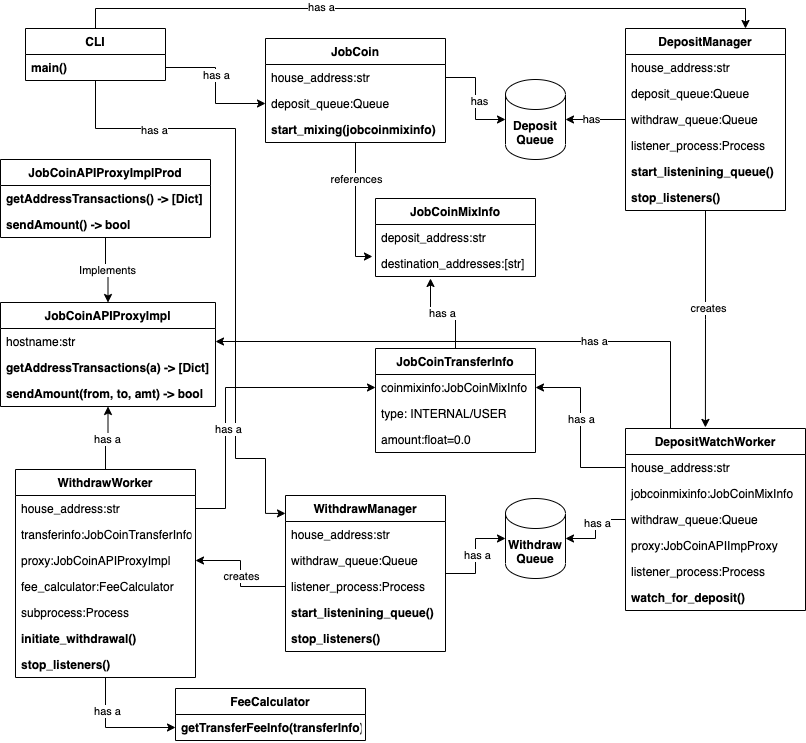
Above: jobcoin.png in judopro/jobcoin-myesildal (draw.io), before the change. Source tidied: cells renumbered, new cells last; positions are measured from the earlier drawing's top-left corner, leaving out a move shared by most shapes.
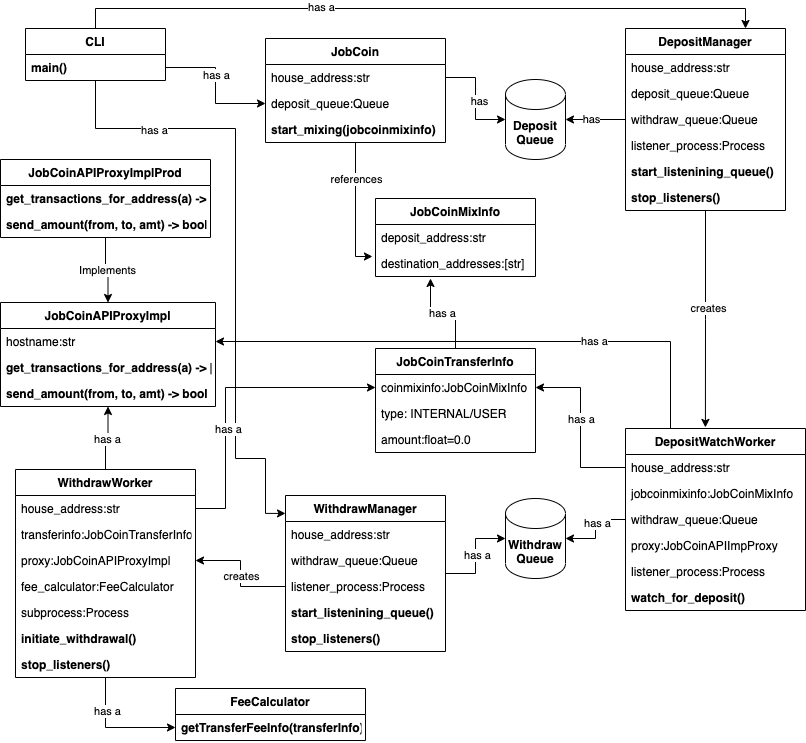
After the change.

What changed in the source:
```diff
@@ -221,10 +221,10 @@
     <mxCell id="70" value="hostname:str" style="text;strokeColor=none;fillColor=none;align=left;verticalAlign=top;spacingLeft=4;spacingRight=4;overflow=hidden;points=[[0,0.5],[1,0.5]];portConstraint=eastwest;" parent="69" vertex="1">
       <mxGeometry y="26" width="215" height="26" as="geometry" />
     </mxCell>
-    <mxCell id="71" value="getAddressTransactions(a) -&gt; [Dict]" style="text;strokeColor=none;fillColor=none;align=left;verticalAlign=top;spacingLeft=4;spacingRight=4;overflow=hidden;fontStyle=1;" parent="69" vertex="1">
+    <mxCell id="71" value="get_transactions_for_address(a) -&gt; [Dict]" style="text;strokeColor=none;fillColor=none;align=left;verticalAlign=top;spacingLeft=4;spacingRight=4;overflow=hidden;fontStyle=1;" parent="69" vertex="1">
       <mxGeometry y="52" width="215" height="26" as="geometry" />
     </mxCell>
-    <mxCell id="72" value="sendAmount(from, to, amt) -&gt; bool" style="text;strokeColor=none;fillColor=none;align=left;verticalAlign=top;spacingLeft=4;spacingRight=4;overflow=hidden;fontStyle=1;" parent="69" vertex="1">
+    <mxCell id="72" value="send_amount(from, to, amt) -&gt; bool" style="text;strokeColor=none;fillColor=none;align=left;verticalAlign=top;spacingLeft=4;spacingRight=4;overflow=hidden;fontStyle=1;" parent="69" vertex="1">
       <mxGeometry y="78" width="215" height="26" as="geometry" />
     </mxCell>
     <mxCell id="73" value="Implements" style="edgeStyle=orthogonalEdgeStyle;rounded=0;jettySize=auto;html=1;entryX=0.5;entryY=0;entryDx=0;entryDy=0;" parent="1" edge="1" source="74" target="69">
@@ -233,10 +233,10 @@
     <mxCell id="74" value="JobCoinAPIProxyImplProd" style="swimlane;fontStyle=1;horizontal=1;startSize=26;fillColor=none;" parent="1" vertex="1">
       <mxGeometry y="151" width="210" height="78" as="geometry" />
     </mxCell>
-    <mxCell id="75" value="getAddressTransactions() -&gt; [Dict]" style="text;strokeColor=none;fillColor=none;align=left;verticalAlign=top;spacingLeft=4;spacingRight=4;overflow=hidden;fontStyle=1;" parent="74" vertex="1">
+    <mxCell id="75" value="get_transactions_for_address(a) -&gt; [Dict]" style="text;strokeColor=none;fillColor=none;align=left;verticalAlign=top;spacingLeft=4;spacingRight=4;overflow=hidden;fontStyle=1;" parent="74" vertex="1">
       <mxGeometry y="26" width="210" height="26" as="geometry" />
     </mxCell>
-    <mxCell id="76" value="sendAmount() -&gt; bool" style="text;strokeColor=none;fillColor=none;align=left;verticalAlign=top;spacingLeft=4;spacingRight=4;overflow=hidden;fontStyle=1;" parent="74" vertex="1">
+    <mxCell id="76" value="send_amount(from, to, amt) -&gt; bool" style="text;strokeColor=none;fillColor=none;align=left;verticalAlign=top;spacingLeft=4;spacingRight=4;overflow=hidden;fontStyle=1;" parent="74" vertex="1">
       <mxGeometry y="52" width="210" height="26" as="geometry" />
     </mxCell>
     <mxCell id="77" value="has a" style="edgeStyle=orthogonalEdgeStyle;rounded=0;jettySize=auto;html=1;exitX=0.5;exitY=0;exitDx=0;exitDy=0;" parent="1" edge="1" source="78">
```
